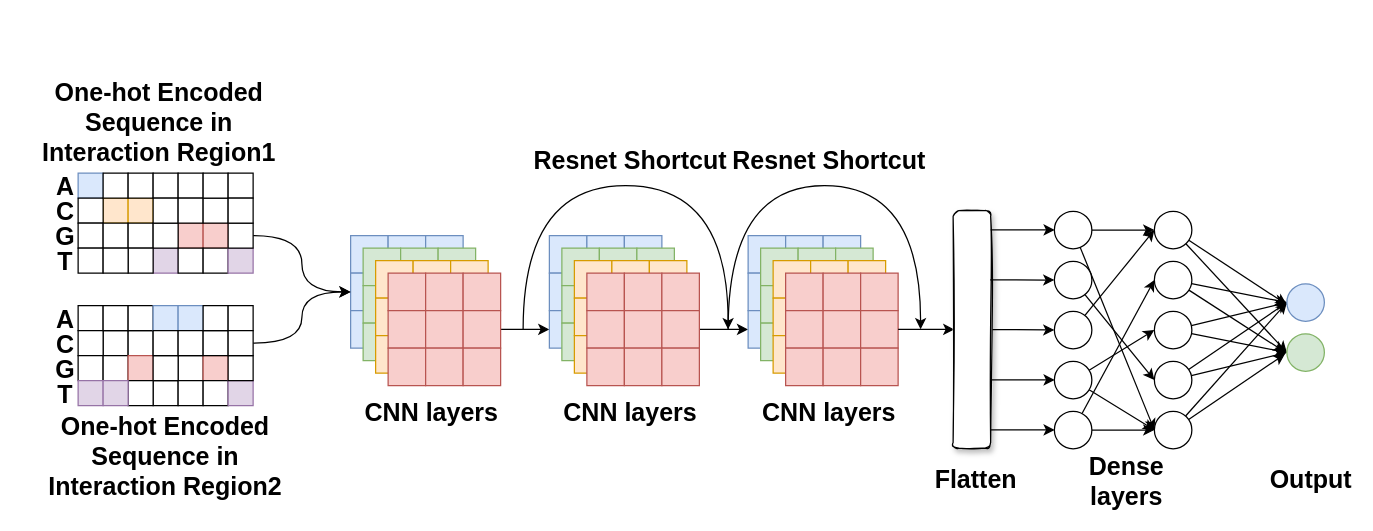
Before: onehot_resnet18.drawio in NaiveTom/draw.io, a draw.io diagram. Source tidied: cells renumbered, new cells numbered last; positions are measured from the earlier drawing's top-left corner, leaving out a move shared by most shapes. Both pictures are drawn from the tidied source at 125%, with x=0, y=0 at pixel (21, 109).
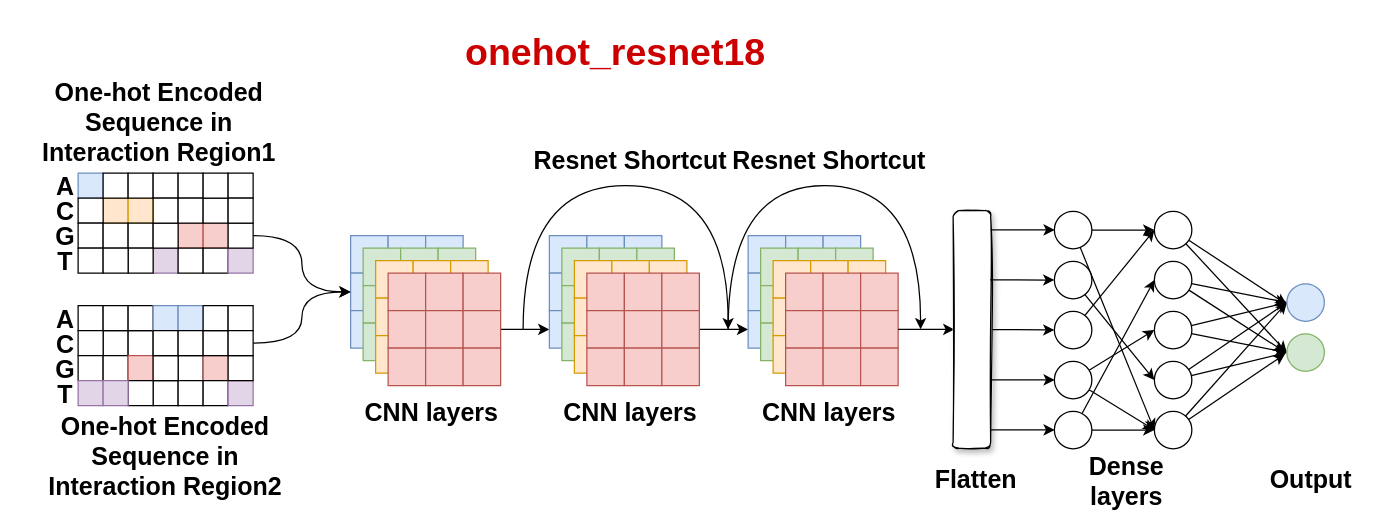
The same page after the edit.

Change to the diagram source:
```diff
@@
+    <mxCell id="229" value="onehot_resnet18" style="text;whiteSpace=wrap;html=1;fontSize=30;fontStyle=1;fontColor=#CC0000;" parent="1" vertex="1">
+      <mxGeometry x="353" y="-70" width="441" height="40" as="geometry" />
+    </mxCell>
```
